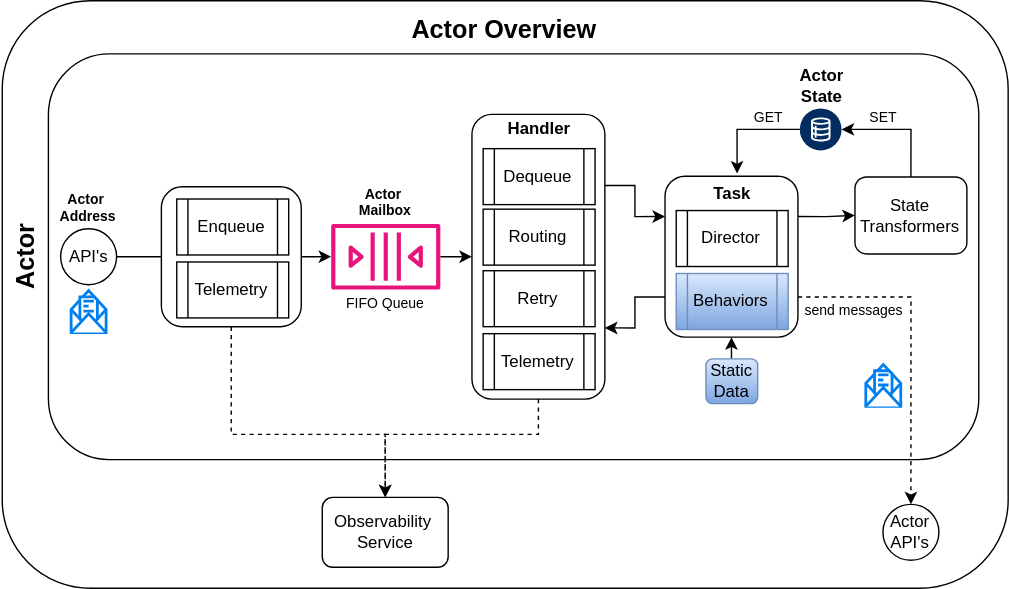
Above: docs/ActorOverview.svg in sunlao/py_sudoku_solver (draw.io), before the change. Source tidied: cells renumbered, new cells last; positions are measured from the earlier drawing's top-left corner, leaving out a move shared by most shapes.
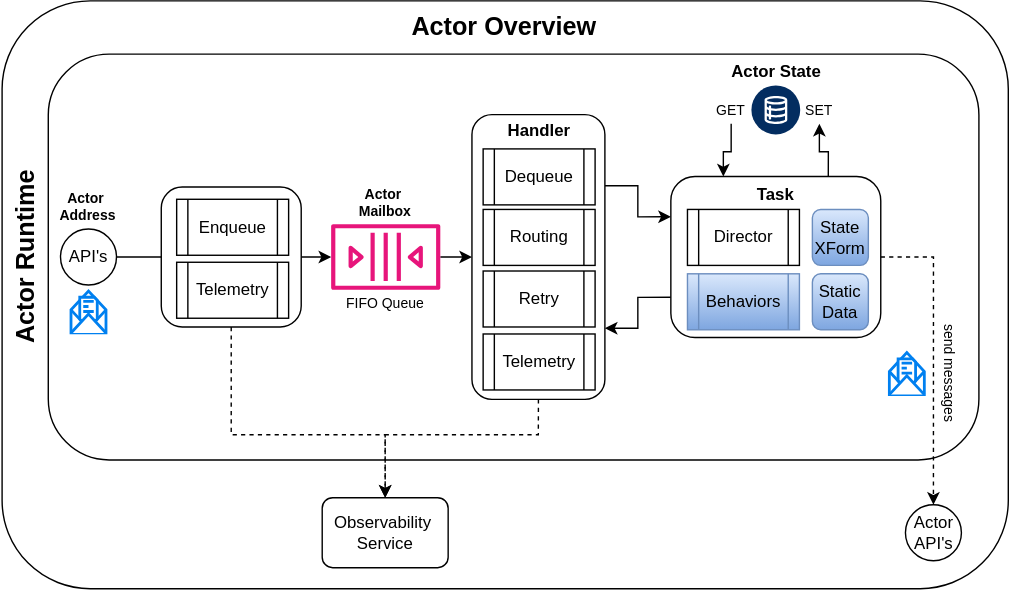
The same diagram one commit later.

Change to the diagram source:
```diff
@@ -66,35 +66,29 @@
     <mxCell id="19" value="Telemetry" style="shape=process;whiteSpace=wrap;html=1;backgroundOutline=1;" parent="1" vertex="1">
       <mxGeometry x="344.7" y="238" width="80" height="40" as="geometry" />
     </mxCell>
-    <mxCell id="20" style="edgeStyle=orthogonalEdgeStyle;rounded=0;jettySize=auto;html=1;exitX=1;exitY=0.75;exitDx=0;exitDy=0;dashed=1;" parent="1" edge="1" source="24" target="28">
+    <mxCell id="20" style="edgeStyle=orthogonalEdgeStyle;rounded=0;jettySize=auto;html=1;exitX=1;exitY=0.5;exitDx=0;exitDy=0;dashed=1;" parent="1" edge="1" source="24" target="28">
       <mxGeometry relative="1" as="geometry" />
     </mxCell>
-    <mxCell id="21" style="edgeStyle=orthogonalEdgeStyle;rounded=0;jettySize=auto;html=1;entryX=0;entryY=0.5;entryDx=0;entryDy=0;exitX=1;exitY=0.25;exitDx=0;exitDy=0;" parent="1" edge="1" source="24" target="35">
-      <mxGeometry relative="1" as="geometry" />
-    </mxCell>
     <mxCell id="22" style="edgeStyle=orthogonalEdgeStyle;rounded=0;jettySize=auto;html=1;entryX=1;entryY=0.75;entryDx=0;entryDy=0;exitX=0;exitY=0.75;exitDx=0;exitDy=0;" parent="1" edge="1" source="24" target="5">
       <mxGeometry relative="1" as="geometry" />
     </mxCell>
-    <mxCell id="23" style="edgeStyle=orthogonalEdgeStyle;rounded=0;jettySize=auto;html=1;startArrow=classic;startFill=1;endArrow=none;endFill=0;" parent="1" edge="1" source="24" target="40">
-      <mxGeometry relative="1" as="geometry" />
-    </mxCell>
-    <mxCell id="24" value="v" style="rounded=1;whiteSpace=wrap;html=1;" parent="1" vertex="1">
-      <mxGeometry x="474.7" y="125.5" width="95" height="115" as="geometry" />
+    <mxCell id="24" style="rounded=1;whiteSpace=wrap;html=1;" parent="1" vertex="1">
+      <mxGeometry x="478.9" y="125.5" width="150" height="115" as="geometry" />
     </mxCell>
     <mxCell id="25" value="Director" style="shape=process;whiteSpace=wrap;html=1;backgroundOutline=1;" parent="1" vertex="1">
-      <mxGeometry x="482.7" y="150" width="80" height="40" as="geometry" />
+      <mxGeometry x="490.7" y="149" width="80" height="40" as="geometry" />
     </mxCell>
     <mxCell id="26" value="Task" style="text;html=1;whiteSpace=wrap;strokeColor=none;fillColor=none;align=center;verticalAlign=middle;rounded=0;fontStyle=1;" parent="1" vertex="1">
-      <mxGeometry x="472.7" y="128" width="100" height="20" as="geometry" />
+      <mxGeometry x="479" y="129" width="150" height="20" as="geometry" />
     </mxCell>
     <mxCell id="27" value="Behaviors" style="shape=process;whiteSpace=wrap;html=1;backgroundOutline=1;fillColor=#dae8fc;strokeColor=light-dark(#6c8ebf, #6595d7);gradientColor=#7ea6e0;" parent="1" vertex="1">
-      <mxGeometry x="482.7" y="195" width="80" height="40" as="geometry" />
+      <mxGeometry x="490.7" y="195" width="80" height="40" as="geometry" />
     </mxCell>
     <mxCell id="28" value="&lt;div&gt;Actor API's&lt;/div&gt;" style="ellipse;whiteSpace=wrap;html=1;" parent="1" vertex="1">
-      <mxGeometry x="630.5" y="360" width="40" height="40" as="geometry" />
+      <mxGeometry x="646.5" y="360" width="40" height="40" as="geometry" />
     </mxCell>
     <mxCell id="29" value="Actor Overview" style="text;html=1;whiteSpace=wrap;strokeColor=none;fillColor=none;align=center;verticalAlign=middle;rounded=0;fontStyle=1;fontSize=18;" parent="1" vertex="1">
-      <mxGeometry y="8" width="720" height="27" as="geometry" />
+      <mxGeometry y="5" width="720" height="27" as="geometry" />
     </mxCell>
     <mxCell id="30" value="Observability&amp;nbsp;&lt;div&gt;Service&lt;/div&gt;" style="rounded=1;whiteSpace=wrap;html=1;" parent="1" vertex="1">
       <mxGeometry x="229.7" y="355" width="90" height="50" as="geometry" />
@@ -102,7 +96,7 @@
     <mxCell id="31" value="Actor&amp;nbsp;&lt;div&gt;Mailbox&lt;/div&gt;" style="text;html=1;whiteSpace=wrap;strokeColor=none;fillColor=none;align=center;verticalAlign=middle;rounded=0;fontStyle=1;fontSize=10;" parent="1" vertex="1">
       <mxGeometry x="233" y="129.8" width="84.3" height="28.2" as="geometry" />
     </mxCell>
-    <mxCell id="32" value="Actor" style="text;html=1;whiteSpace=wrap;strokeColor=none;fillColor=none;align=center;verticalAlign=top;rounded=0;fontStyle=1;fontSize=18;horizontal=0;" parent="1" vertex="1">
+    <mxCell id="32" value="Actor Runtime" style="text;html=1;whiteSpace=wrap;strokeColor=none;fillColor=none;align=center;verticalAlign=top;rounded=0;fontStyle=1;fontSize=18;horizontal=0;" parent="1" vertex="1">
       <mxGeometry x="1" y="38" width="30" height="290" as="geometry" />
     </mxCell>
     <mxCell id="33" style="html=1;verticalLabelPosition=bottom;align=center;labelBackgroundColor=#ffffff;verticalAlign=top;strokeWidth=2;strokeColor=#0080F0;shadow=0;dashed=0;shape=mxgraph.ios7.icons.envelope_(message);" parent="1" vertex="1">
@@ -111,41 +105,41 @@
     <mxCell id="34" value="&lt;div&gt;&lt;font style=&quot;&quot;&gt;&lt;span style=&quot;background-color: transparent; color: light-dark(rgb(0, 0, 0), rgb(255, 255, 255));&quot;&gt;FIFO &lt;/span&gt;Queue&lt;/font&gt;&lt;br&gt;&lt;/div&gt;" style="text;html=1;whiteSpace=wrap;strokeColor=none;fillColor=none;align=center;verticalAlign=middle;rounded=0;fontStyle=0;fontSize=10;" parent="1" vertex="1">
       <mxGeometry x="235.1" y="206.8" width="80" height="18.2" as="geometry" />
     </mxCell>
-    <mxCell id="35" value="State Transformers" style="rounded=1;whiteSpace=wrap;html=1;" parent="1" vertex="1">
-      <mxGeometry x="610.5" y="126" width="80" height="55" as="geometry" />
+    <mxCell id="35" value="State XForm" style="rounded=1;whiteSpace=wrap;html=1;fillColor=#dae8fc;gradientColor=#7ea6e0;strokeColor=#6c8ebf;" parent="1" vertex="1">
+      <mxGeometry x="580" y="149" width="40" height="40" as="geometry" />
     </mxCell>
-    <mxCell id="36" value="&lt;font style=&quot;font-size: 12px;&quot;&gt;Actor&lt;/font&gt;&lt;div&gt;&lt;font style=&quot;font-size: 12px;&quot;&gt;State&lt;/font&gt;&lt;/div&gt;" style="text;html=1;whiteSpace=wrap;strokeColor=none;fillColor=none;align=center;verticalAlign=middle;rounded=0;fontStyle=1;fontSize=10;" parent="1" vertex="1">
-      <mxGeometry x="556.5" y="48" width="60" height="27" as="geometry" />
+    <mxCell id="36" value="&lt;font style=&quot;font-size: 12px;&quot;&gt;Actor&amp;nbsp;&lt;/font&gt;&lt;span style=&quot;font-size: 12px; background-color: transparent; color: light-dark(rgb(0, 0, 0), rgb(255, 255, 255));&quot;&gt;State&lt;/span&gt;" style="text;html=1;whiteSpace=wrap;strokeColor=none;fillColor=none;align=center;verticalAlign=middle;rounded=0;fontStyle=1;fontSize=10;" parent="1" vertex="1">
+      <mxGeometry x="502.6" y="45" width="102.6" height="13" as="geometry" />
     </mxCell>
-    <mxCell id="37" style="edgeStyle=orthogonalEdgeStyle;rounded=0;jettySize=auto;html=1;entryX=0.5;entryY=0;entryDx=0;entryDy=0;startArrow=classic;startFill=1;endArrow=none;endFill=0;" parent="1" edge="1" source="38" target="35">
-      <mxGeometry relative="1" as="geometry" />
-    </mxCell>
     <mxCell id="38" style="verticalLabelPosition=bottom;html=1;shape=mxgraph.salesforce.data2;fillColorStyles=fillColor2,fillColor3;fillColor2=#032d60;fillColor3=#ffffff;fillColor=none;strokeColor=none;" parent="1" vertex="1">
-      <mxGeometry x="571" y="77" width="30" height="30" as="geometry" />
+      <mxGeometry x="536.4" y="60.4" width="35" height="35" as="geometry" />
     </mxCell>
     <mxCell id="39" value="Actor&amp;nbsp;&lt;div&gt;Address&lt;/div&gt;" style="text;html=1;whiteSpace=wrap;strokeColor=none;fillColor=none;align=center;verticalAlign=middle;rounded=0;fontStyle=1;fontSize=10;" parent="1" vertex="1">
       <mxGeometry x="35.3" y="135" width="54.9" height="25" as="geometry" />
     </mxCell>
     <mxCell id="40" value="&lt;div&gt;Static Data&lt;/div&gt;" style="rounded=1;whiteSpace=wrap;html=1;fillColor=#dae8fc;strokeColor=light-dark(#6c8ebf, #6595d7);gradientColor=#7ea6e0;" parent="1" vertex="1">
-      <mxGeometry x="504" y="256" width="37" height="32" as="geometry" />
+      <mxGeometry x="580" y="195" width="40" height="40" as="geometry" />
     </mxCell>
     <mxCell id="41" value="Dequeue" style="shape=process;whiteSpace=wrap;html=1;backgroundOutline=1;" parent="1" vertex="1">
       <mxGeometry x="344.7" y="105.8" width="80" height="40" as="geometry" />
     </mxCell>
+    <mxCell id="47" style="edgeStyle=orthogonalEdgeStyle;rounded=0;jettySize=auto;html=1;entryX=0.25;entryY=0;entryDx=0;entryDy=0;" parent="1" edge="1" source="42" target="24">
+      <mxGeometry relative="1" as="geometry" />
+    </mxCell>
     <mxCell id="42" value="&lt;div&gt;GET&lt;/div&gt;" style="text;html=1;whiteSpace=wrap;strokeColor=none;fillColor=none;align=center;verticalAlign=middle;rounded=0;fontStyle=0;fontSize=10;" parent="1" vertex="1">
-      <mxGeometry x="527" y="73" width="44" height="19.8" as="geometry" />
+      <mxGeometry x="507" y="68" width="30" height="19.8" as="geometry" />
     </mxCell>
-    <mxCell id="43" value="&lt;div&gt;send messages&lt;/div&gt;" style="text;html=1;whiteSpace=wrap;strokeColor=none;fillColor=none;align=center;verticalAlign=middle;rounded=0;fontStyle=0;fontSize=10;" parent="1" vertex="1">
-      <mxGeometry x="570" y="211.4" width="80" height="19.8" as="geometry" />
+    <mxCell id="43" value="&lt;div&gt;send messages&lt;/div&gt;" style="text;html=1;whiteSpace=wrap;strokeColor=none;fillColor=none;align=center;verticalAlign=middle;rounded=0;fontStyle=0;fontSize=10;rotation=90;" parent="1" vertex="1">
+      <mxGeometry x="595.1" y="256.3" width="165.9" height="20" as="geometry" />
     </mxCell>
-    <mxCell id="44" style="edgeStyle=orthogonalEdgeStyle;rounded=0;jettySize=auto;html=1;entryX=0.542;entryY=-0.017;entryDx=0;entryDy=0;entryPerimeter=0;" parent="1" edge="1" source="38" target="24">
-      <mxGeometry relative="1" as="geometry" />
-    </mxCell>
+    <mxCell id="48" style="edgeStyle=orthogonalEdgeStyle;rounded=0;jettySize=auto;html=1;entryX=0.75;entryY=0;entryDx=0;entryDy=0;startArrow=classic;startFill=1;endArrow=none;endFill=0;" parent="1" edge="1" source="45" target="24">
+      <mxGeometry relative="1" as="geometry" />
+    </mxCell>
     <mxCell id="45" value="&lt;div&gt;SET&lt;/div&gt;" style="text;html=1;whiteSpace=wrap;strokeColor=none;fillColor=none;align=center;verticalAlign=middle;rounded=0;fontStyle=0;fontSize=10;" parent="1" vertex="1">
-      <mxGeometry x="610" y="73" width="41.5" height="19.8" as="geometry" />
+      <mxGeometry x="570" y="68" width="30" height="19.8" as="geometry" />
     </mxCell>
     <mxCell id="46" style="html=1;verticalLabelPosition=bottom;align=center;labelBackgroundColor=#ffffff;verticalAlign=top;strokeWidth=2;strokeColor=#0080F0;shadow=0;dashed=0;shape=mxgraph.ios7.icons.envelope_(message);" parent="1" vertex="1">
-      <mxGeometry x="618.2" y="260" width="25" height="30" as="geometry" />
+      <mxGeometry x="635" y="251.3" width="25" height="30" as="geometry" />
     </mxCell>
   </root>
 </mxGraphModel>
```
